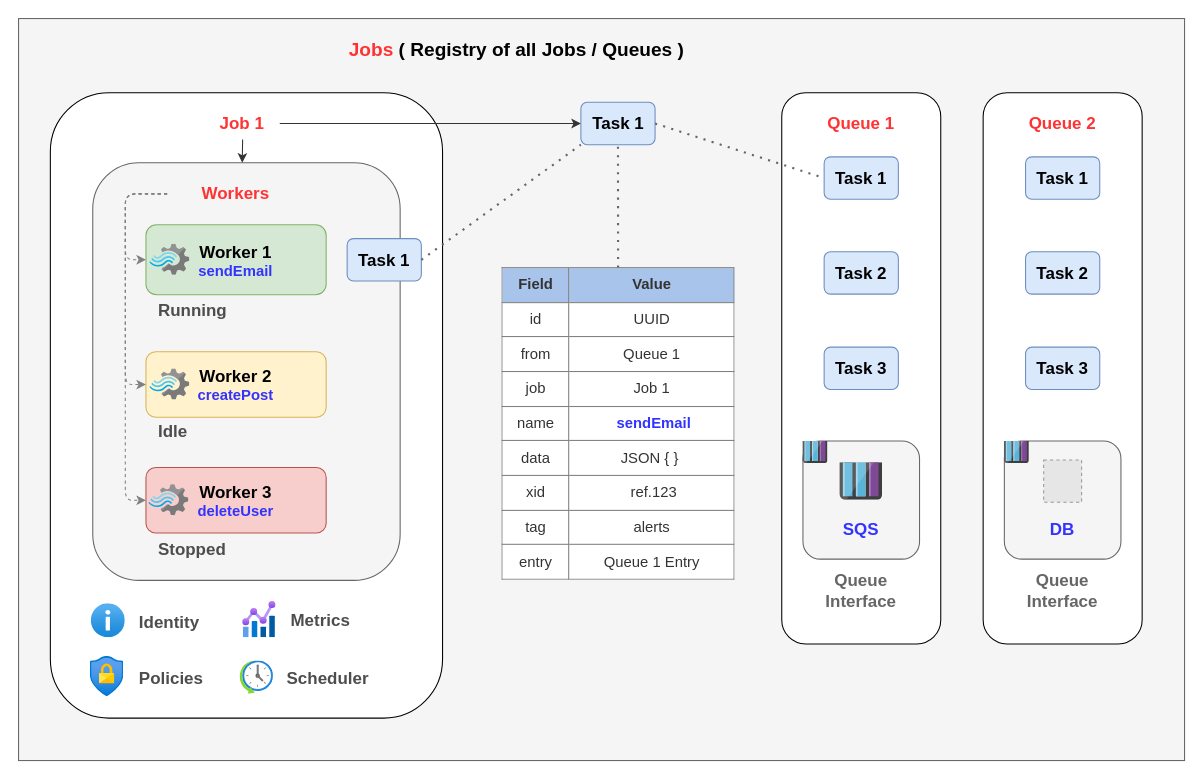
slatekit/kiit keeps this draw.io diagram as doc/diagrams/slatekit-jobs.drawio. Above is the earlier version. Source tidied: cells renumbered, new cells numbered last; positions are measured from the earlier drawing's top-left corner, leaving out a move shared by most shapes. Both pictures are drawn from the tidied source at 106%, with x=0, y=0 at pixel (18, 18). Pictures stored in the file or linked from it are replaced by grey dashed boxes.
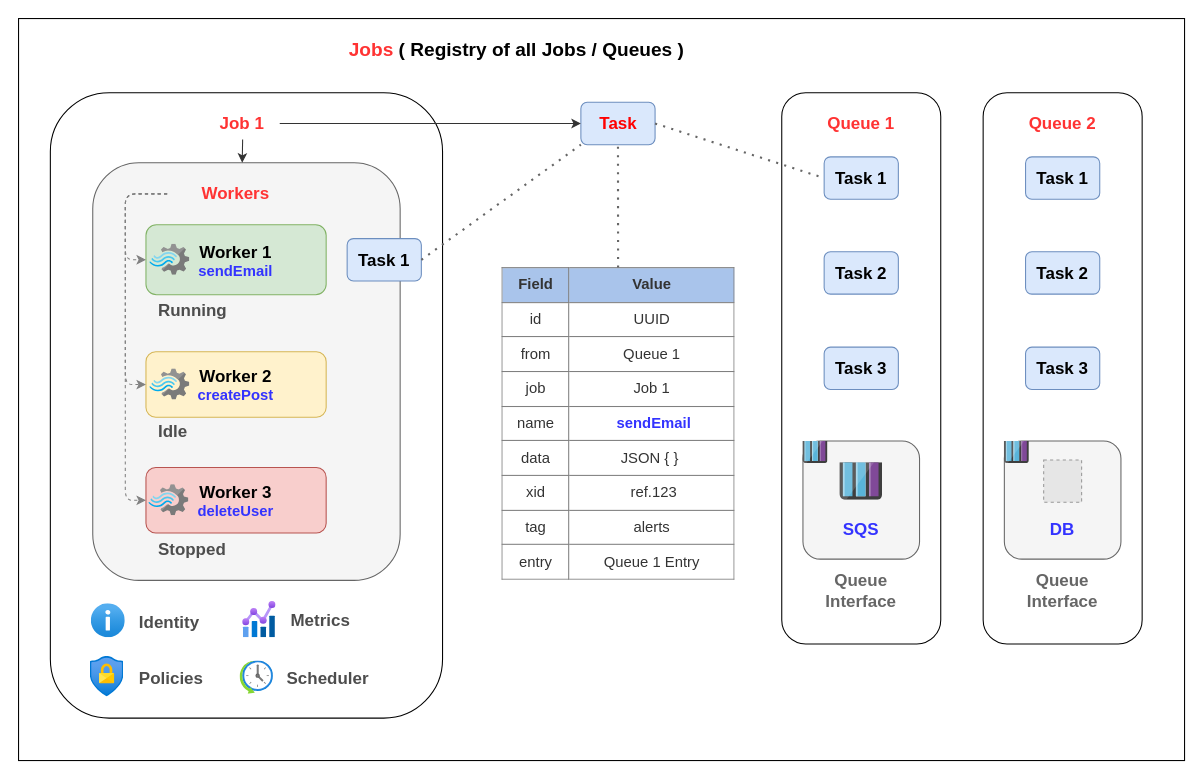
Above is the later version.

The edit, as a diff of the source:
```diff
@@
-    <mxCell id="2" style="rounded=0;whiteSpace=wrap;html=1;fillColor=#f5f5f5;strokeColor=#666666;fontColor=#333333;" parent="1" vertex="1">
+    <mxCell id="2" style="rounded=0;whiteSpace=wrap;html=1;" parent="1" vertex="1">
       <mxGeometry width="1100" height="700" as="geometry" />
     </mxCell>
@@
-    <mxCell id="35" value="&lt;b&gt;&lt;font style=&quot;font-size: 16px&quot;&gt;Task 1&lt;/font&gt;&lt;/b&gt;" style="rounded=1;whiteSpace=wrap;html=1;fillColor=#dae8fc;strokeColor=#6c8ebf;" parent="1" vertex="1">
+    <mxCell id="35" value="&lt;b&gt;&lt;font style=&quot;font-size: 16px&quot; color=&quot;#ff0000&quot;&gt;Task&lt;/font&gt;&lt;/b&gt;" style="rounded=1;whiteSpace=wrap;html=1;fillColor=#dae8fc;strokeColor=#6c8ebf;" parent="1" vertex="1">
       <mxGeometry x="530.5" y="79" width="70" height="40" as="geometry" />
     </mxCell>
```
